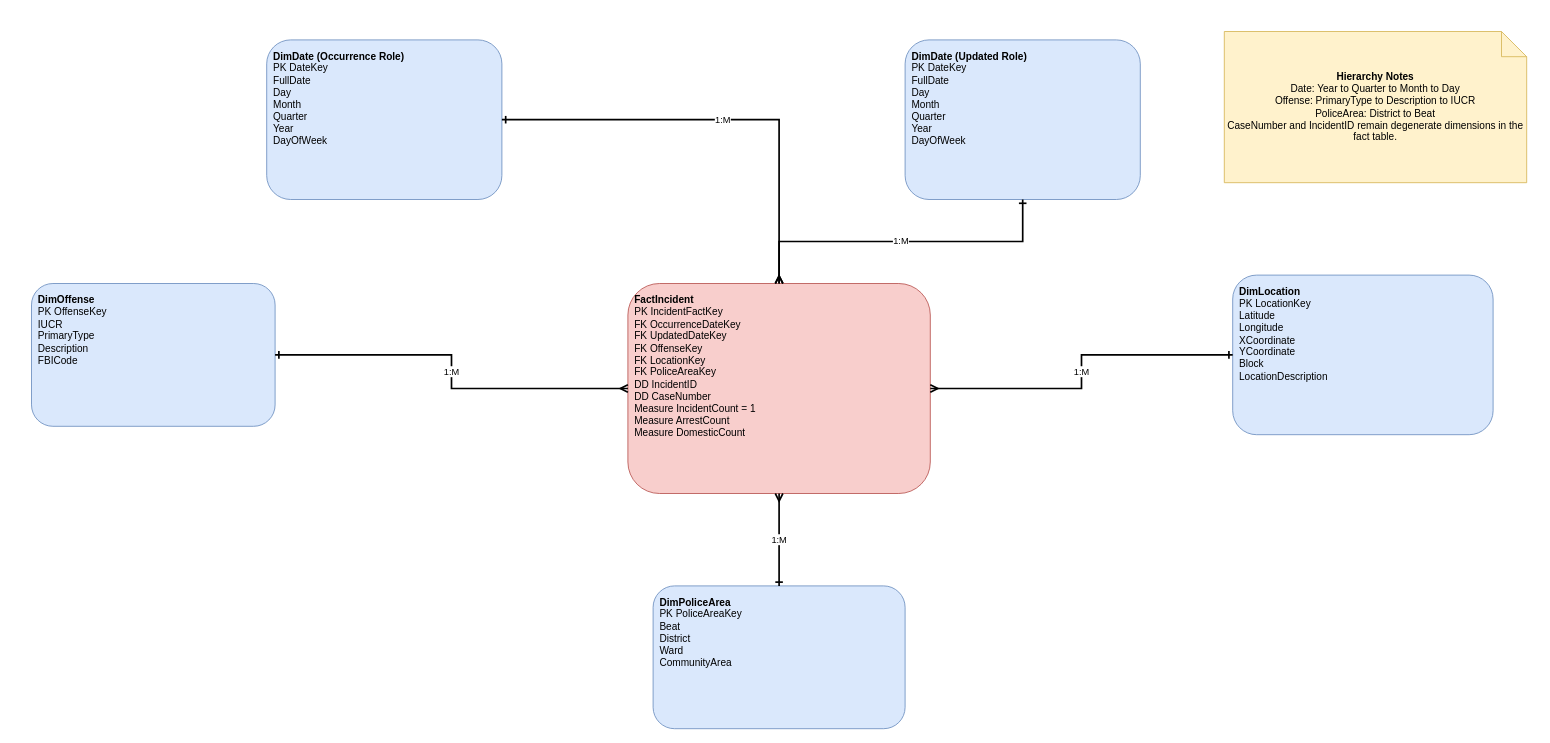
Above: page "Dimensional Model Diagram" (3 of 5) of diagrams/dwbi_models.drawio in ManushiChamika/Urban_Crime_Monitoring_and_Public_Safety_Intelligence (draw.io), before the change. Source tidied: cells renumbered, new cells numbered last; positions are measured from the earlier drawing's top-left corner, leaving out a move shared by most shapes. Both pictures are drawn from the tidied source at 84%, with x=0, y=0 at pixel (31, 31).
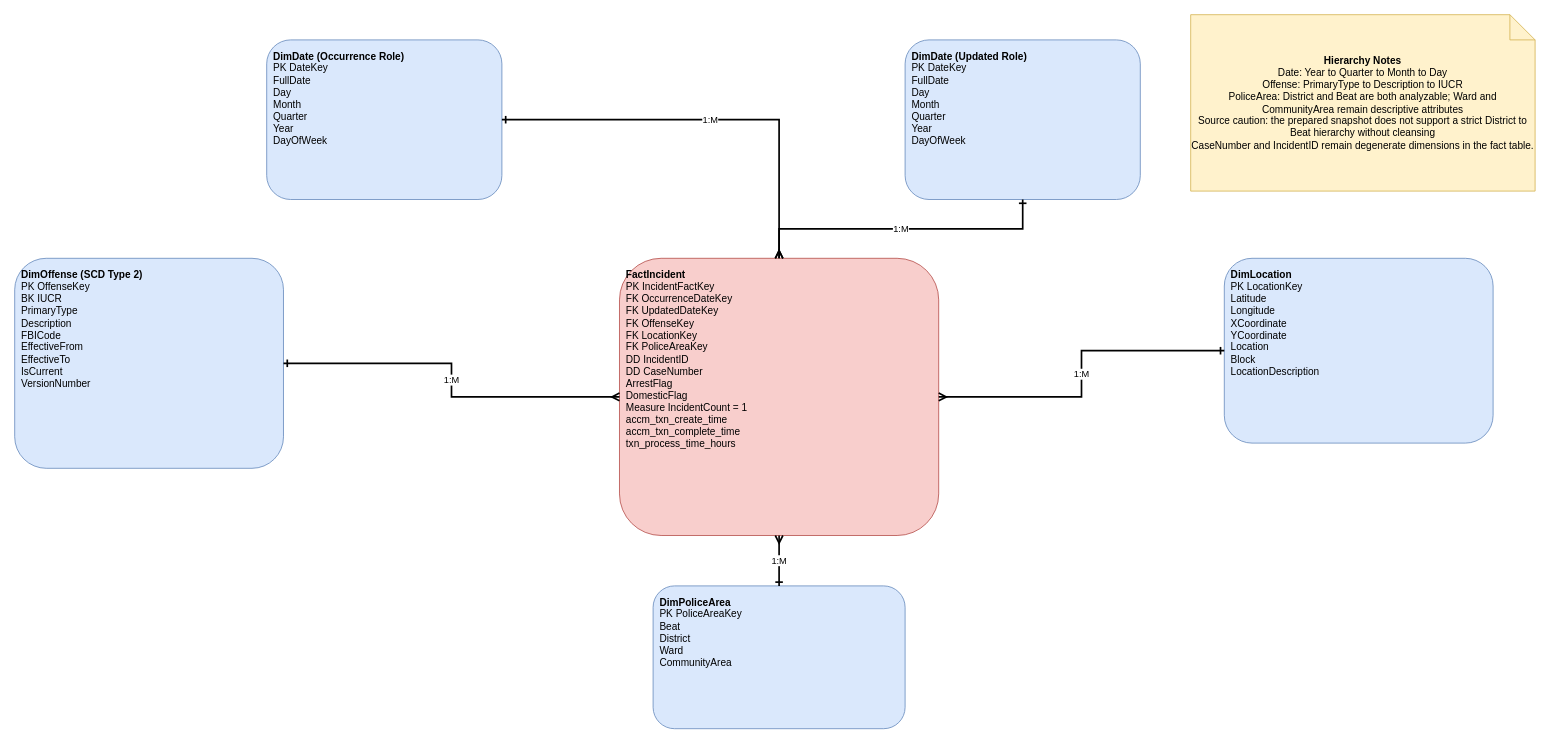
After the change.

Diff of the diagram source:
```diff
@@
 <mxGraphModel>
   <root>
     <mxCell id="0" />
     <mxCell id="1" parent="0" />
-    <mxCell id="2" value="&lt;b&gt;FactIncident&lt;/b&gt;&lt;br&gt;PK IncidentFactKey&lt;br&gt;FK OccurrenceDateKey&lt;br&gt;FK UpdatedDateKey&lt;br&gt;FK OffenseKey&lt;br&gt;FK LocationKey&lt;br&gt;FK PoliceAreaKey&lt;br&gt;DD IncidentID&lt;br&gt;DD CaseNumber&lt;br&gt;Measure IncidentCount = 1&lt;br&gt;Measure ArrestCount&lt;br&gt;Measure DomesticCount" style="rounded=1;whiteSpace=wrap;html=1;align=left;verticalAlign=top;spacing=8;fillColor=#f8cecc;strokeColor=#b85450;fontSize=12;" parent="1" vertex="1">
-      <mxGeometry x="710" y="300" width="360" height="250" as="geometry" />
+    <mxCell id="2" value="&lt;b&gt;FactIncident&lt;/b&gt;&lt;br&gt;PK IncidentFactKey&lt;br&gt;FK OccurrenceDateKey&lt;br&gt;FK UpdatedDateKey&lt;br&gt;FK OffenseKey&lt;br&gt;FK LocationKey&lt;br&gt;FK PoliceAreaKey&lt;br&gt;DD IncidentID&lt;br&gt;DD CaseNumber&lt;br&gt;ArrestFlag&lt;br&gt;DomesticFlag&lt;br&gt;Measure IncidentCount = 1&lt;br&gt;accm_txn_create_time&lt;br&gt;accm_txn_complete_time&lt;br&gt;txn_process_time_hours" style="rounded=1;whiteSpace=wrap;html=1;align=left;verticalAlign=top;spacing=8;fillColor=#f8cecc;strokeColor=#b85450;fontSize=12;" parent="1" vertex="1">
+      <mxGeometry x="700" y="270" width="380" height="330" as="geometry" />
     </mxCell>
     <mxCell id="3" value="&lt;b&gt;DimDate (Occurrence Role)&lt;/b&gt;&lt;br&gt;PK DateKey&lt;br&gt;FullDate&lt;br&gt;Day&lt;br&gt;Month&lt;br&gt;Quarter&lt;br&gt;Year&lt;br&gt;DayOfWeek" style="rounded=1;whiteSpace=wrap;html=1;align=left;verticalAlign=top;spacing=8;fillColor=#dae8fc;strokeColor=#6c8ebf;fontSize=12;" parent="1" vertex="1">
       <mxGeometry x="280" y="10" width="280" height="190" as="geometry" />
     </mxCell>
     <mxCell id="4" value="&lt;b&gt;DimDate (Updated Role)&lt;/b&gt;&lt;br&gt;PK DateKey&lt;br&gt;FullDate&lt;br&gt;Day&lt;br&gt;Month&lt;br&gt;Quarter&lt;br&gt;Year&lt;br&gt;DayOfWeek" style="rounded=1;whiteSpace=wrap;html=1;align=left;verticalAlign=top;spacing=8;fillColor=#dae8fc;strokeColor=#6c8ebf;fontSize=12;" parent="1" vertex="1">
       <mxGeometry x="1040" y="10" width="280" height="190" as="geometry" />
     </mxCell>
-    <mxCell id="5" value="&lt;b&gt;DimOffense&lt;/b&gt;&lt;br&gt;PK OffenseKey&lt;br&gt;IUCR&lt;br&gt;PrimaryType&lt;br&gt;Description&lt;br&gt;FBICode" style="rounded=1;whiteSpace=wrap;html=1;align=left;verticalAlign=top;spacing=8;fillColor=#dae8fc;strokeColor=#6c8ebf;fontSize=12;" parent="1" vertex="1">
-      <mxGeometry y="300" width="290" height="170" as="geometry" />
+    <mxCell id="5" value="&lt;b&gt;DimOffense (SCD Type 2)&lt;/b&gt;&lt;br&gt;PK OffenseKey&lt;br&gt;BK IUCR&lt;br&gt;PrimaryType&lt;br&gt;Description&lt;br&gt;FBICode&lt;br&gt;EffectiveFrom&lt;br&gt;EffectiveTo&lt;br&gt;IsCurrent&lt;br&gt;VersionNumber" style="rounded=1;whiteSpace=wrap;html=1;align=left;verticalAlign=top;spacing=8;fillColor=#dae8fc;strokeColor=#6c8ebf;fontSize=12;" parent="1" vertex="1">
+      <mxGeometry x="-20" y="270" width="320" height="250" as="geometry" />
     </mxCell>
-    <mxCell id="6" value="&lt;b&gt;DimLocation&lt;/b&gt;&lt;br&gt;PK LocationKey&lt;br&gt;Latitude&lt;br&gt;Longitude&lt;br&gt;XCoordinate&lt;br&gt;YCoordinate&lt;br&gt;Block&lt;br&gt;LocationDescription" style="rounded=1;whiteSpace=wrap;html=1;align=left;verticalAlign=top;spacing=8;fillColor=#dae8fc;strokeColor=#6c8ebf;fontSize=12;" parent="1" vertex="1">
-      <mxGeometry x="1430" y="290" width="310" height="190" as="geometry" />
+    <mxCell id="6" value="&lt;b&gt;DimLocation&lt;/b&gt;&lt;br&gt;PK LocationKey&lt;br&gt;Latitude&lt;br&gt;Longitude&lt;br&gt;XCoordinate&lt;br&gt;YCoordinate&lt;br&gt;Location&lt;br&gt;Block&lt;br&gt;LocationDescription" style="rounded=1;whiteSpace=wrap;html=1;align=left;verticalAlign=top;spacing=8;fillColor=#dae8fc;strokeColor=#6c8ebf;fontSize=12;" parent="1" vertex="1">
+      <mxGeometry x="1420" y="270" width="320" height="220" as="geometry" />
     </mxCell>
     <mxCell id="7" value="&lt;b&gt;DimPoliceArea&lt;/b&gt;&lt;br&gt;PK PoliceAreaKey&lt;br&gt;Beat&lt;br&gt;District&lt;br&gt;Ward&lt;br&gt;CommunityArea" style="rounded=1;whiteSpace=wrap;html=1;align=left;verticalAlign=top;spacing=8;fillColor=#dae8fc;strokeColor=#6c8ebf;fontSize=12;" parent="1" vertex="1">
       <mxGeometry x="740" y="660" width="300" height="170" as="geometry" />
     </mxCell>
-    <mxCell id="8" value="&lt;b&gt;Hierarchy Notes&lt;/b&gt;&lt;br&gt;Date: Year to Quarter to Month to Day&lt;br&gt;Offense: PrimaryType to Description to IUCR&lt;br&gt;PoliceArea: District to Beat&lt;br&gt;CaseNumber and IncidentID remain degenerate dimensions in the fact table." style="shape=note;whiteSpace=wrap;html=1;fillColor=#fff2cc;strokeColor=#d6b656;fontSize=12;" parent="1" vertex="1">
-      <mxGeometry x="1420" width="360" height="180" as="geometry" />
+    <mxCell id="8" value="&lt;b&gt;Hierarchy Notes&lt;/b&gt;&lt;br&gt;Date: Year to Quarter to Month to Day&lt;br&gt;Offense: PrimaryType to Description to IUCR&lt;br&gt;PoliceArea: District and Beat are both analyzable; Ward and CommunityArea remain descriptive attributes&lt;br&gt;Source caution: the prepared snapshot does not support a strict District to Beat hierarchy without cleansing&lt;br&gt;CaseNumber and IncidentID remain degenerate dimensions in the fact table." style="shape=note;whiteSpace=wrap;html=1;fillColor=#fff2cc;strokeColor=#d6b656;fontSize=12;" parent="1" vertex="1">
+      <mxGeometry x="1380" y="-20" width="410" height="210" as="geometry" />
     </mxCell>
     <mxCell id="9" value="1:M" style="edgeStyle=orthogonalEdgeStyle;rounded=0;jettySize=auto;html=1;startArrow=ERone;startFill=0;endArrow=ERmany;endFill=0;strokeWidth=2;" parent="1" edge="1" source="3" target="2">
       <mxGeometry relative="1" as="geometry" />
     </mxCell>
     <mxCell id="10" value="1:M" style="edgeStyle=orthogonalEdgeStyle;rounded=0;jettySize=auto;html=1;startArrow=ERone;startFill=0;endArrow=ERmany;endFill=0;strokeWidth=2;" parent="1" edge="1" source="4" target="2">
       <mxGeometry relative="1" as="geometry" />
     </mxCell>
     <mxCell id="11" value="1:M" style="edgeStyle=orthogonalEdgeStyle;rounded=0;jettySize=auto;html=1;startArrow=ERone;startFill=0;endArrow=ERmany;endFill=0;strokeWidth=2;" parent="1" edge="1" source="5" target="2">
       <mxGeometry relative="1" as="geometry" />
     </mxCell>
     <mxCell id="12" value="1:M" style="edgeStyle=orthogonalEdgeStyle;rounded=0;jettySize=auto;html=1;startArrow=ERone;startFill=0;endArrow=ERmany;endFill=0;strokeWidth=2;" parent="1" edge="1" source="6" target="2">
       <mxGeometry relative="1" as="geometry" />
     </mxCell>
     <mxCell id="13" value="1:M" style="edgeStyle=orthogonalEdgeStyle;rounded=0;jettySize=auto;html=1;startArrow=ERone;startFill=0;endArrow=ERmany;endFill=0;strokeWidth=2;" parent="1" edge="1" source="7" target="2">
       <mxGeometry relative="1" as="geometry" />
     </mxCell>
   </root>
 </mxGraphModel>
```
